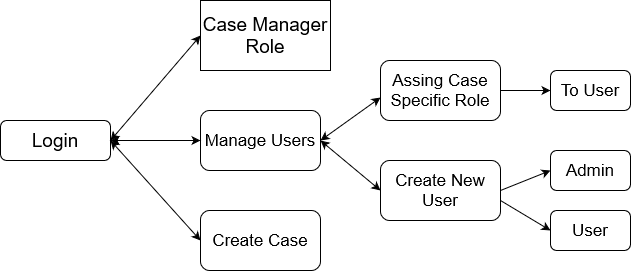
Earlier version of the draw.io export Platform_roles_diagrams/AdminPlatformRole.drawio.png (prusovak2/SwProjectDiagrams). Source tidied: cells renumbered, new cells last; positions are measured from the earlier drawing's top-left corner, leaving out a move shared by most shapes.
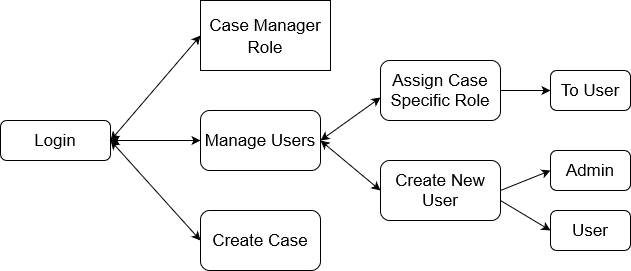
Later version of the same file.

Change to the diagram source:
```diff
@@ -2,7 +2,7 @@
   <root>
     <mxCell id="0" />
     <mxCell id="1" parent="0" />
-    <mxCell id="2" value="&lt;font style=&quot;font-size: 19px&quot;&gt;Login&lt;/font&gt;" style="rounded=1;whiteSpace=wrap;html=1;" parent="1" vertex="1">
+    <mxCell id="2" value="&lt;font style=&quot;font-size: 17px&quot;&gt;Login&lt;/font&gt;" style="rounded=1;whiteSpace=wrap;html=1;" parent="1" vertex="1">
       <mxGeometry y="120" width="110" height="40" as="geometry" />
     </mxCell>
     <mxCell id="3" style="endArrow=classic;startArrow=classic;html=1;rounded=0;fontSize=19;exitX=1;exitY=0.5;exitDx=0;exitDy=0;entryX=0;entryY=0.5;entryDx=0;entryDy=0;" parent="1" edge="1" source="2" target="5">
@@ -11,7 +11,7 @@
     <mxCell id="4" style="group;" parent="1" vertex="1">
       <mxGeometry x="200" width="150" height="70" as="geometry" />
     </mxCell>
-    <mxCell id="5" value="Case Manager Role" style="rounded=0;whiteSpace=wrap;html=1;fontSize=19;" parent="4" vertex="1">
+    <mxCell id="5" value="&lt;font style=&quot;font-size: 17px&quot;&gt;Case Manager Role&lt;/font&gt;" style="rounded=0;whiteSpace=wrap;html=1;fontSize=19;" parent="4" vertex="1">
       <mxGeometry width="130" height="70" as="geometry" />
     </mxCell>
     <mxCell id="6" value="Manage Users" style="rounded=1;whiteSpace=wrap;html=1;fontSize=17;strokeWidth=1;" parent="1" vertex="1">
@@ -20,7 +20,7 @@
     <mxCell id="7" style="edgeStyle=orthogonalEdgeStyle;rounded=0;jettySize=auto;html=1;exitX=1;exitY=0.5;exitDx=0;exitDy=0;entryX=0;entryY=0.5;entryDx=0;entryDy=0;fontSize=17;" parent="1" edge="1" source="8" target="11">
       <mxGeometry relative="1" as="geometry" />
     </mxCell>
-    <mxCell id="8" value="Assing Case Specific Role" style="rounded=1;whiteSpace=wrap;html=1;fontSize=17;strokeWidth=1;" parent="1" vertex="1">
+    <mxCell id="8" value="Assign Case Specific Role" style="rounded=1;whiteSpace=wrap;html=1;fontSize=17;strokeWidth=1;" parent="1" vertex="1">
       <mxGeometry x="380" y="60" width="120" height="60" as="geometry" />
     </mxCell>
     <mxCell id="9" value="Create New User" style="rounded=1;whiteSpace=wrap;html=1;fontSize=17;strokeWidth=1;" parent="1" vertex="1">
```
